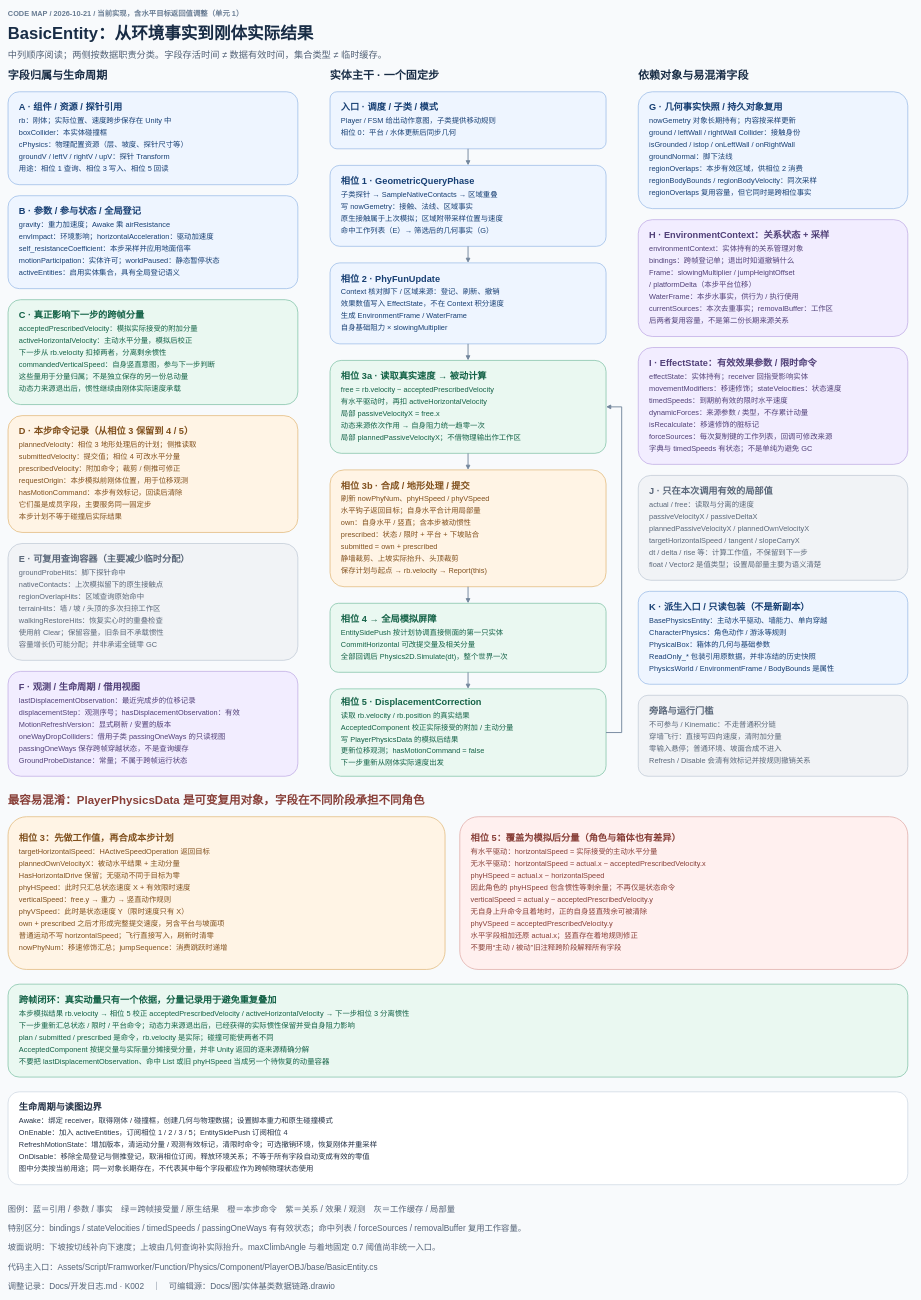
The draw.io diagram Docs/图/实体基类数据链路.drawio in TaiTanw/New2DObject, before the edit. Source tidied: cells renumbered, new cells numbered last; positions are measured from the earlier drawing's top-left corner, leaving out a move shared by most shapes. Both pictures are drawn from the tidied source at 46%, with x=0, y=0 at pixel (8, 8).
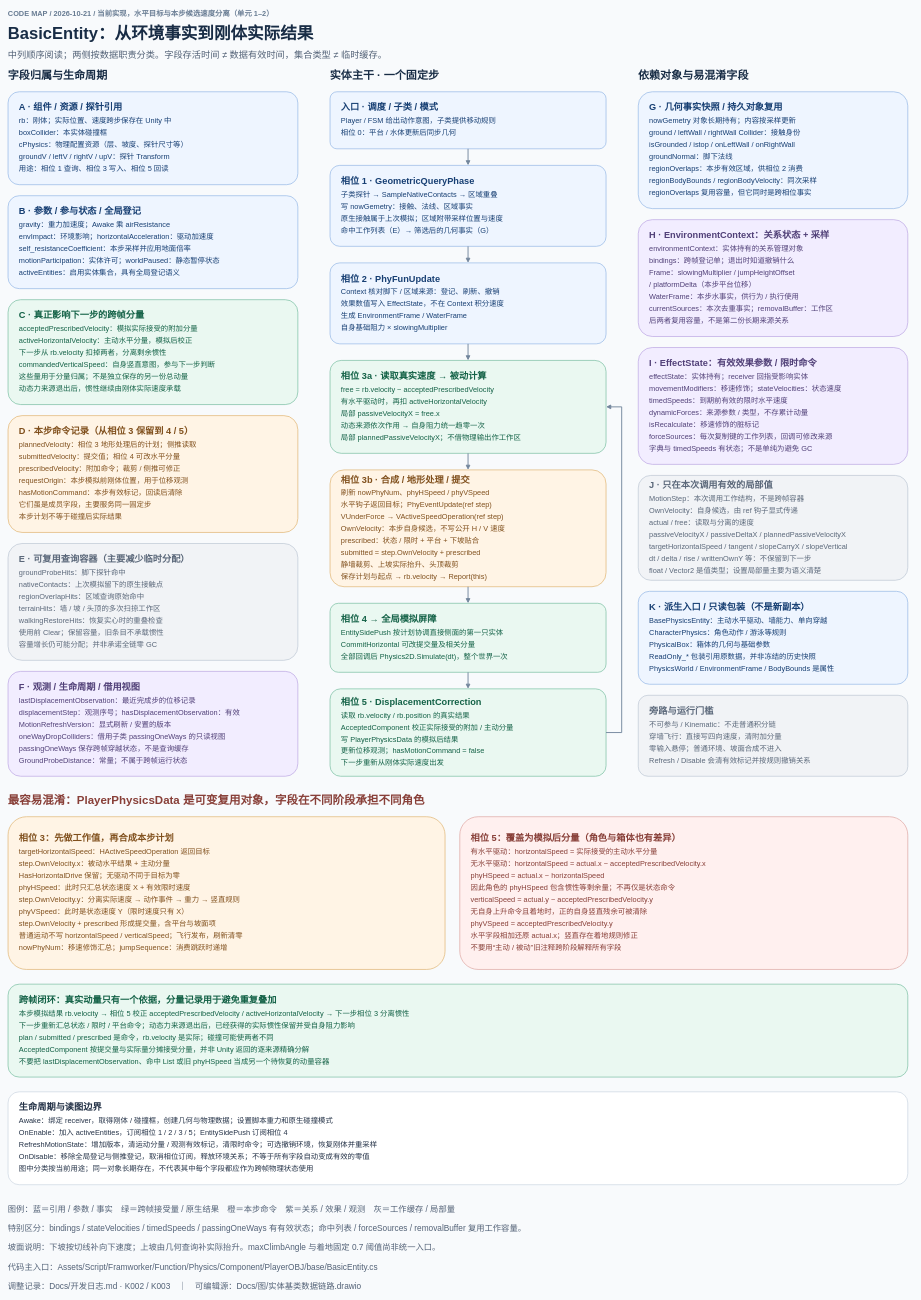
After the change.

What changed in the source:
```diff
@@
-    <mxCell id="12" value="&lt;b style=&quot;font-size:20px&quot;&gt;相位 3b · 合成 / 地形处理 / 提交&lt;/b&gt;&lt;div style=&quot;height:5px&quot;&gt;&lt;/div&gt;&lt;div style=&quot;font-size:16px;line-height:26px&quot;&gt;刷新 nowPhyNum、phyHSpeed / phyVSpeed&lt;/div&gt;&lt;div style=&quot;font-size:16px;line-height:26px&quot;&gt;水平钩子返回目标；自身水平合计用局部量&lt;/div&gt;&lt;div style=&quot;font-size:16px;line-height:26px&quot;&gt;own：自身水平 / 竖直；含本步被动惯性&lt;/div&gt;&lt;div style=&quot;font-size:16px;line-height:26px&quot;&gt;prescribed：状态 / 限时 + 平台 + 下坡贴合&lt;/div&gt;&lt;div style=&quot;font-size:16px;line-height:26px&quot;&gt;submitted = own + prescribed&lt;/div&gt;&lt;div style=&quot;font-size:16px;line-height:26px&quot;&gt;静墙裁剪、上坡实际抬升、头顶裁剪&lt;/div&gt;&lt;div style=&quot;font-size:16px;line-height:26px&quot;&gt;保存计划与起点 → rb.velocity → Report(this)&lt;/div&gt;" style="rounded=1;arcSize=12;whiteSpace=wrap;html=1;align=left;verticalAlign=middle;spacingLeft=22;spacingRight=16;spacingTop=0;fontFamily=Microsoft YaHei;fontSize=16;fontColor=#80501d;fillColor=#fff4e5;strokeColor=#dfb471;strokeWidth=1.5;" parent="1" vertex="1">
+    <mxCell id="12" value="&lt;b style=&quot;font-size:20px&quot;&gt;相位 3b · 合成 / 地形处理 / 提交&lt;/b&gt;&lt;div style=&quot;height:5px&quot;&gt;&lt;/div&gt;&lt;div style=&quot;font-size:16px;line-height:26px&quot;&gt;刷新 nowPhyNum、phyHSpeed / phyVSpeed&lt;/div&gt;&lt;div style=&quot;font-size:16px;line-height:26px&quot;&gt;水平钩子返回目标；PhyEventUpdate(ref step)&lt;/div&gt;&lt;div style=&quot;font-size:16px;line-height:26px&quot;&gt;VUnderForce → VActiveSpeedOperation(ref step)&lt;/div&gt;&lt;div style=&quot;font-size:16px;line-height:26px&quot;&gt;OwnVelocity：本步自身候选，不写公开 H / V 速度&lt;/div&gt;&lt;div style=&quot;font-size:16px;line-height:26px&quot;&gt;prescribed：状态 / 限时 + 平台 + 下坡贴合&lt;/div&gt;&lt;div style=&quot;font-size:16px;line-height:26px&quot;&gt;submitted = step.OwnVelocity + prescribed&lt;/div&gt;&lt;div style=&quot;font-size:16px;line-height:26px&quot;&gt;静墙裁剪、上坡实际抬升、头顶裁剪&lt;/div&gt;&lt;div style=&quot;font-size:16px;line-height:26px&quot;&gt;保存计划与起点 → rb.velocity → Report(this)&lt;/div&gt;" style="rounded=1;arcSize=12;whiteSpace=wrap;html=1;align=left;verticalAlign=middle;spacingLeft=22;spacingRight=16;spacingTop=0;fontFamily=Microsoft YaHei;fontSize=16;fontColor=#80501d;fillColor=#fff4e5;strokeColor=#dfb471;strokeWidth=1.5;" parent="1" vertex="1">
       <mxGeometry x="700" y="1004" width="600" height="254" as="geometry" />
     </mxCell>
@@
-    <mxCell id="18" value="&lt;b style=&quot;font-size:20px&quot;&gt;J · 只在本次调用有效的局部值&lt;/b&gt;&lt;div style=&quot;height:5px&quot;&gt;&lt;/div&gt;&lt;div style=&quot;font-size:16px;line-height:26px&quot;&gt;actual / free：读取与分离的速度&lt;/div&gt;&lt;div style=&quot;font-size:16px;line-height:26px&quot;&gt;passiveVelocityX / passiveDeltaX&lt;/div&gt;&lt;div style=&quot;font-size:16px;line-height:26px&quot;&gt;plannedPassiveVelocityX / plannedOwnVelocityX&lt;/div&gt;&lt;div style=&quot;font-size:16px;line-height:26px&quot;&gt;targetHorizontalSpeed / tangent / slopeCarryX&lt;/div&gt;&lt;div style=&quot;font-size:16px;line-height:26px&quot;&gt;dt / delta / rise 等：计算工作值，不保留到下一步&lt;/div&gt;&lt;div style=&quot;font-size:16px;line-height:26px&quot;&gt;float / Vector2 是值类型；设置局部量主要为语义清楚&lt;/div&gt;" style="rounded=1;arcSize=12;whiteSpace=wrap;html=1;align=left;verticalAlign=middle;spacingLeft=22;spacingRight=16;spacingTop=0;fontFamily=Microsoft YaHei;fontSize=16;fontColor=#5b687a;fillColor=#f1f3f6;strokeColor=#bdc7d3;strokeWidth=1.5;" parent="1" vertex="1">
+    <mxCell id="18" value="&lt;b style=&quot;font-size:20px&quot;&gt;J · 只在本次调用有效的局部值&lt;/b&gt;&lt;div style=&quot;height:5px&quot;&gt;&lt;/div&gt;&lt;div style=&quot;font-size:16px;line-height:26px&quot;&gt;MotionStep：本次调用工作结构，不是跨帧容器&lt;/div&gt;&lt;div style=&quot;font-size:16px;line-height:26px&quot;&gt;OwnVelocity：自身候选，由 ref 钩子显式传递&lt;/div&gt;&lt;div style=&quot;font-size:16px;line-height:26px&quot;&gt;actual / free：读取与分离的速度&lt;/div&gt;&lt;div style=&quot;font-size:16px;line-height:26px&quot;&gt;passiveVelocityX / passiveDeltaX / plannedPassiveVelocityX&lt;/div&gt;&lt;div style=&quot;font-size:16px;line-height:26px&quot;&gt;targetHorizontalSpeed / tangent / slopeCarryX / slopeVertical&lt;/div&gt;&lt;div style=&quot;font-size:16px;line-height:26px&quot;&gt;dt / delta / rise / writtenOwnY 等：不保留到下一步&lt;/div&gt;&lt;div style=&quot;font-size:16px;line-height:26px&quot;&gt;float / Vector2 是值类型；设置局部量主要为语义清楚&lt;/div&gt;" style="rounded=1;arcSize=12;whiteSpace=wrap;html=1;align=left;verticalAlign=middle;spacingLeft=22;spacingRight=16;spacingTop=0;fontFamily=Microsoft YaHei;fontSize=16;fontColor=#5b687a;fillColor=#f1f3f6;strokeColor=#bdc7d3;strokeWidth=1.5;" parent="1" vertex="1">
       <mxGeometry x="1370" y="1016" width="586" height="228" as="geometry" />
     </mxCell>
@@
-    <mxCell id="21" value="&lt;b style=&quot;font-size:20px&quot;&gt;相位 3：先做工作值，再合成本步计划&lt;/b&gt;&lt;div style=&quot;height:5px&quot;&gt;&lt;/div&gt;&lt;div style=&quot;font-size:16px;line-height:26px&quot;&gt;targetHorizontalSpeed：HActiveSpeedOperation 返回目标&lt;/div&gt;&lt;div style=&quot;font-size:16px;line-height:26px&quot;&gt;plannedOwnVelocityX：被动水平结果 + 主动分量&lt;/div&gt;&lt;div style=&quot;font-size:16px;line-height:26px&quot;&gt;HasHorizontalDrive 保留；无驱动不同于目标为零&lt;/div&gt;&lt;div style=&quot;font-size:16px;line-height:26px&quot;&gt;phyHSpeed：此时只汇总状态速度 X + 有效限时速度&lt;/div&gt;&lt;div style=&quot;font-size:16px;line-height:26px&quot;&gt;verticalSpeed：free.y → 重力 → 竖直动作规则&lt;/div&gt;&lt;div style=&quot;font-size:16px;line-height:26px&quot;&gt;phyVSpeed：此时是状态速度 Y（限时速度只有 X）&lt;/div&gt;&lt;div style=&quot;font-size:16px;line-height:26px&quot;&gt;own + prescribed 之后才形成完整提交速度，另含平台与坡面项&lt;/div&gt;&lt;div style=&quot;font-size:16px;line-height:26px&quot;&gt;普通运动不写 horizontalSpeed；飞行直接写入，刷新时清零&lt;/div&gt;&lt;div style=&quot;font-size:16px;line-height:26px&quot;&gt;nowPhyNum：移速修饰汇总；jumpSequence：消费跳跃时递增&lt;/div&gt;" style="rounded=1;arcSize=12;whiteSpace=wrap;html=1;align=left;verticalAlign=middle;spacingLeft=22;spacingRight=16;spacingTop=0;fontFamily=Microsoft YaHei;fontSize=16;fontColor=#80501d;fillColor=#fff4e5;strokeColor=#dfb471;strokeWidth=1.5;" parent="1" vertex="1">
+    <mxCell id="21" value="&lt;b style=&quot;font-size:20px&quot;&gt;相位 3：先做工作值，再合成本步计划&lt;/b&gt;&lt;div style=&quot;height:5px&quot;&gt;&lt;/div&gt;&lt;div style=&quot;font-size:16px;line-height:26px&quot;&gt;targetHorizontalSpeed：HActiveSpeedOperation 返回目标&lt;/div&gt;&lt;div style=&quot;font-size:16px;line-height:26px&quot;&gt;step.OwnVelocity.x：被动水平结果 + 主动分量&lt;/div&gt;&lt;div style=&quot;font-size:16px;line-height:26px&quot;&gt;HasHorizontalDrive 保留；无驱动不同于目标为零&lt;/div&gt;&lt;div style=&quot;font-size:16px;line-height:26px&quot;&gt;phyHSpeed：此时只汇总状态速度 X + 有效限时速度&lt;/div&gt;&lt;div style=&quot;font-size:16px;line-height:26px&quot;&gt;step.OwnVelocity.y：分离实际速度 → 动作事件 → 重力 → 竖直规则&lt;/div&gt;&lt;div style=&quot;font-size:16px;line-height:26px&quot;&gt;phyVSpeed：此时是状态速度 Y（限时速度只有 X）&lt;/div&gt;&lt;div style=&quot;font-size:16px;line-height:26px&quot;&gt;step.OwnVelocity + prescribed 形成提交量，含平台与坡面项&lt;/div&gt;&lt;div style=&quot;font-size:16px;line-height:26px&quot;&gt;普通运动不写 horizontalSpeed / verticalSpeed；飞行发布，刷新清零&lt;/div&gt;&lt;div style=&quot;font-size:16px;line-height:26px&quot;&gt;nowPhyNum：移速修饰汇总；jumpSequence：消费跳跃时递增&lt;/div&gt;" style="rounded=1;arcSize=12;whiteSpace=wrap;html=1;align=left;verticalAlign=middle;spacingLeft=22;spacingRight=16;spacingTop=0;fontFamily=Microsoft YaHei;fontSize=16;fontColor=#80501d;fillColor=#fff4e5;strokeColor=#dfb471;strokeWidth=1.5;" parent="1" vertex="1">
       <mxGeometry y="1758" width="950" height="332" as="geometry" />
     </mxCell>
@@
-    <mxCell id="32" value="CODE MAP  /  2026-10-21  /  当前实现，含水平目标返回值调整（单元 1）" style="text;html=0;whiteSpace=wrap;align=left;verticalAlign=middle;spacing=0;fontFamily=Microsoft YaHei;fontSize=16;fontColor=#687c93;fontStyle=1;" parent="1" vertex="1">
+    <mxCell id="32" value="CODE MAP  /  2026-10-21  /  当前实现，水平目标与本步候选速度分离（单元 1–2）" style="text;html=0;whiteSpace=wrap;align=left;verticalAlign=middle;spacing=0;fontFamily=Microsoft YaHei;fontSize=16;fontColor=#687c93;fontStyle=1;" parent="1" vertex="1">
       <mxGeometry width="1968" height="24" as="geometry" />
     </mxCell>
@@
-    <mxCell id="43" value="调整记录：Docs/开发日志.md · K002　｜　可编辑源：Docs/图/实体基类数据链路.drawio" style="text;html=0;whiteSpace=wrap;align=left;verticalAlign=middle;spacing=0;fontFamily=Microsoft YaHei;fontSize=18;fontColor=#526176;fontStyle=0;" parent="1" vertex="1">
+    <mxCell id="43" value="调整记录：Docs/开发日志.md · K002 / K003　｜　可编辑源：Docs/图/实体基类数据链路.drawio" style="text;html=0;whiteSpace=wrap;align=left;verticalAlign=middle;spacing=0;fontFamily=Microsoft YaHei;fontSize=18;fontColor=#526176;fontStyle=0;" parent="1" vertex="1">
       <mxGeometry y="2766" width="1968" height="26" as="geometry" />
     </mxCell>
```
